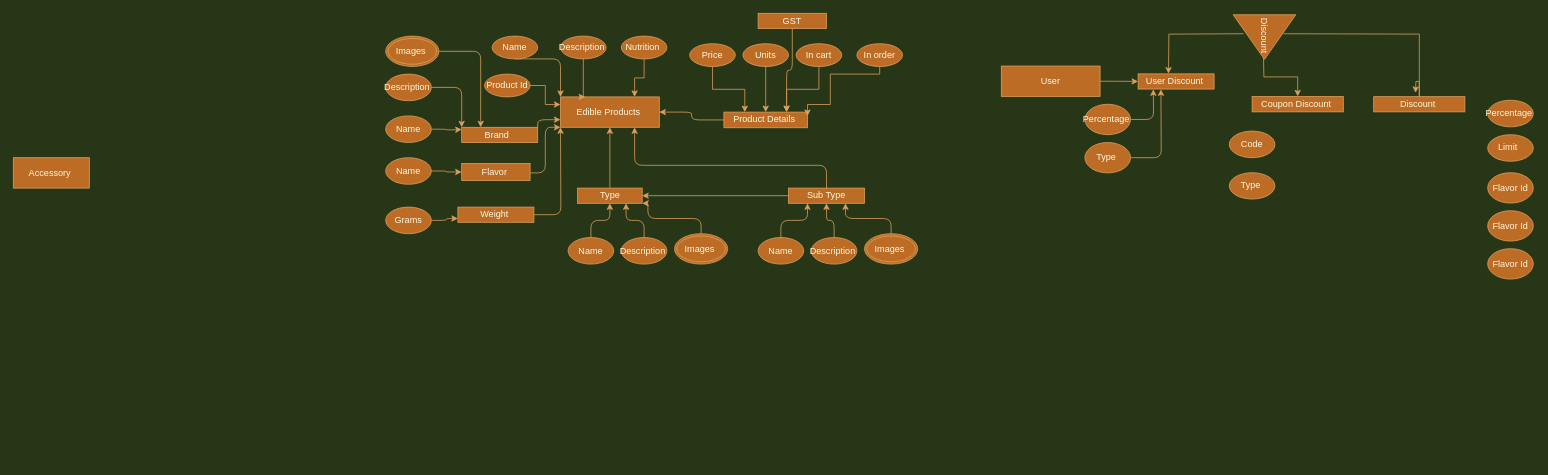
Above: Backend.drawio in JamesHellerAnish/Blog (draw.io), before the change. Source tidied: cells renumbered, new cells numbered last; positions are measured from the earlier drawing's top-left corner, leaving out a move shared by most shapes. Both pictures are drawn from the tidied source at 76%, with x=0, y=0 at pixel (13, 5).
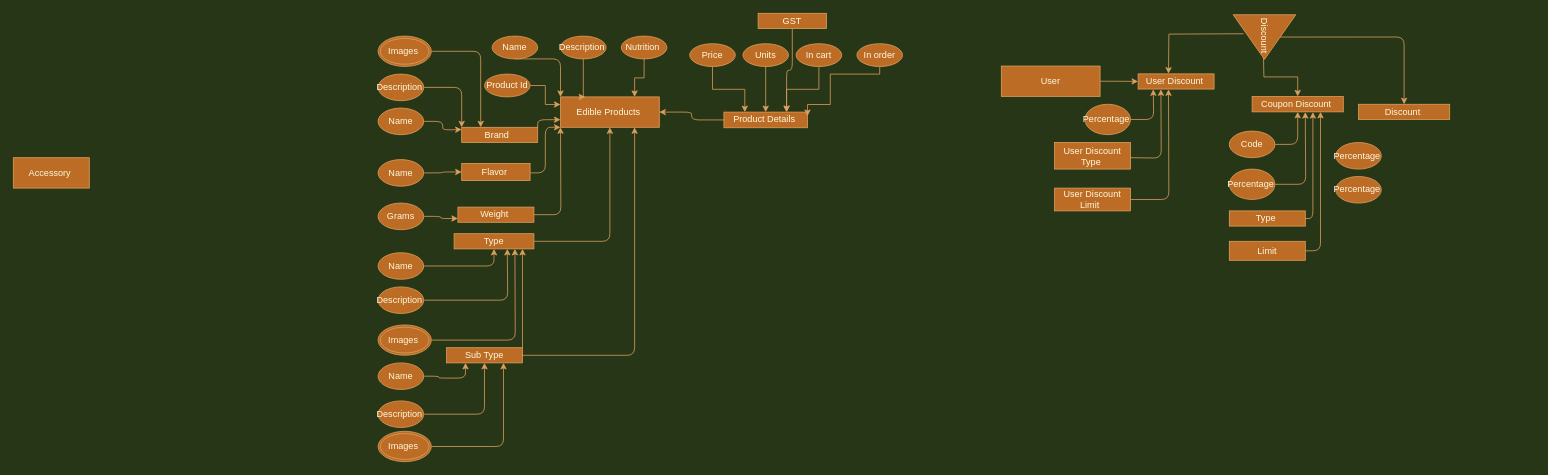
The same diagram, later.

Unchanged cells that the change refers to:
```xml
<mxCell id="2" value="Edible Products&amp;nbsp;" style="rounded=0;whiteSpace=wrap;html=1;fillColor=#BC6C25;strokeColor=#DDA15E;fontColor=#FEFAE0;" parent="1" vertex="1">
  <mxGeometry x="720" y="120" width="130" height="40" as="geometry" />
</mxCell>
<mxCell id="17" value="Coupon Discount&amp;nbsp;" style="whiteSpace=wrap;html=1;fillColor=#BC6C25;strokeColor=#DDA15E;fontColor=#FEFAE0;" parent="1" vertex="1">
  <mxGeometry x="1630" y="119.4" width="120" height="20.3" as="geometry" />
</mxCell>
<mxCell id="18" value="Discount&amp;nbsp;" style="triangle;whiteSpace=wrap;html=1;fontColor=#FEFAE0;rotation=90;fillColor=#BC6C25;strokeColor=#DDA15E;" parent="1" vertex="1">
  <mxGeometry x="1616.9" width="58.8" height="82.5" as="geometry" />
</mxCell>
<mxCell id="76" value="Code" style="ellipse;whiteSpace=wrap;html=1;rotation=0;fillColor=#BC6C25;strokeColor=#DDA15E;fontColor=#FEFAE0;" parent="1" vertex="1">
  <mxGeometry x="1600" y="165" width="60" height="35" as="geometry" />
</mxCell>
```

Change to the diagram source:
```diff
@@
-    <mxCell id="15" style="edgeStyle=orthogonalEdgeStyle;rounded=0;jettySize=auto;html=1;labelBackgroundColor=#283618;strokeColor=#DDA15E;fontColor=#FEFAE0;startArrow=none;" parent="1" edge="1" source="68">
-      <mxGeometry relative="1" as="geometry">
-        <mxPoint x="1845" y="114.7" as="targetPoint" />
-      </mxGeometry>
-    </mxCell>
@@
+    <mxCell id="78" style="edgeStyle=orthogonalEdgeStyle;curved=0;rounded=1;sketch=0;jettySize=auto;html=1;entryX=0.5;entryY=0;entryDx=0;entryDy=0;fontColor=#FEFAE0;endArrow=classic;endFill=1;strokeColor=#DDA15E;fillColor=#BC6C25;" parent="1" edge="1" source="18" target="68">
+      <mxGeometry relative="1" as="geometry" />
+    </mxCell>
@@
     <mxCell id="29" value="Type" style="whiteSpace=wrap;html=1;fillColor=#BC6C25;strokeColor=#DDA15E;fontColor=#FEFAE0;" parent="1" vertex="1">
-      <mxGeometry x="742.5" y="240" width="85" height="20" as="geometry" />
+      <mxGeometry x="580" y="300" width="105" height="20" as="geometry" />
     </mxCell>
-    <mxCell id="30" style="edgeStyle=orthogonalEdgeStyle;curved=0;rounded=1;sketch=0;jettySize=auto;html=1;fontColor=#FEFAE0;strokeColor=#DDA15E;fillColor=#BC6C25;entryX=1;entryY=0.5;entryDx=0;entryDy=0;" parent="1" edge="1" source="32" target="29">
-      <mxGeometry relative="1" as="geometry" />
-    </mxCell>
     <mxCell id="31" style="edgeStyle=orthogonalEdgeStyle;curved=0;rounded=1;sketch=0;jettySize=auto;html=1;entryX=0.75;entryY=1;entryDx=0;entryDy=0;fontColor=#FEFAE0;strokeColor=#DDA15E;fillColor=#BC6C25;" parent="1" edge="1" source="32" target="2">
       <mxGeometry relative="1" as="geometry">
         <Array as="points">
-          <mxPoint x="1070" y="210" />
-          <mxPoint x="818" y="210" />
+          <mxPoint x="818" y="460" />
         </Array>
       </mxGeometry>
     </mxCell>
+    <mxCell id="79" style="edgeStyle=orthogonalEdgeStyle;curved=0;rounded=1;sketch=0;jettySize=auto;html=1;fontColor=#FEFAE0;endArrow=classic;endFill=1;strokeColor=#DDA15E;fillColor=#BC6C25;" parent="1" edge="1" source="32">
+      <mxGeometry relative="1" as="geometry">
+        <mxPoint x="670" y="320" as="targetPoint" />
+        <Array as="points">
+          <mxPoint x="670" y="410" />
+          <mxPoint x="670" y="410" />
+        </Array>
+      </mxGeometry>
+    </mxCell>
     <mxCell id="32" value="Sub Type" style="whiteSpace=wrap;html=1;fillColor=#BC6C25;strokeColor=#DDA15E;fontColor=#FEFAE0;" parent="1" vertex="1">
-      <mxGeometry x="1020" y="240" width="100" height="20" as="geometry" />
+      <mxGeometry x="570" y="450" width="100" height="20" as="geometry" />
     </mxCell>
@@
     <mxCell id="40" value="Grams" style="ellipse;whiteSpace=wrap;html=1;rotation=0;fillColor=#BC6C25;strokeColor=#DDA15E;fontColor=#FEFAE0;" parent="1" vertex="1">
-      <mxGeometry x="490" y="265" width="60" height="35" as="geometry" />
+      <mxGeometry x="480" y="259.7" width="60" height="35" as="geometry" />
     </mxCell>
@@
     <mxCell id="42" value="Name" style="ellipse;whiteSpace=wrap;html=1;rotation=0;fillColor=#BC6C25;strokeColor=#DDA15E;fontColor=#FEFAE0;" parent="1" vertex="1">
-      <mxGeometry x="490" y="200" width="60" height="35" as="geometry" />
+      <mxGeometry x="480" y="202.5" width="60" height="35" as="geometry" />
     </mxCell>
@@
     <mxCell id="44" value="Name" style="ellipse;whiteSpace=wrap;html=1;rotation=0;fillColor=#BC6C25;strokeColor=#DDA15E;fontColor=#FEFAE0;" parent="1" vertex="1">
-      <mxGeometry x="490" y="145" width="60" height="35" as="geometry" />
+      <mxGeometry x="480" y="134.7" width="60" height="35" as="geometry" />
     </mxCell>
@@
     <mxCell id="46" value="Description&amp;nbsp;" style="ellipse;whiteSpace=wrap;html=1;rotation=0;fillColor=#BC6C25;strokeColor=#DDA15E;fontColor=#FEFAE0;" parent="1" vertex="1">
-      <mxGeometry x="490" y="90" width="60" height="35" as="geometry" />
+      <mxGeometry x="480" y="90" width="60" height="35" as="geometry" />
     </mxCell>
@@
     <mxCell id="48" value="Images&amp;nbsp;" style="ellipse;shape=doubleEllipse;margin=3;whiteSpace=wrap;html=1;align=center;rounded=0;sketch=0;fontColor=#FEFAE0;strokeColor=#DDA15E;fillColor=#BC6C25;" parent="1" vertex="1">
-      <mxGeometry x="490" y="40" width="70" height="40" as="geometry" />
+      <mxGeometry x="480" y="40" width="70" height="40" as="geometry" />
     </mxCell>
-    <mxCell id="49" style="edgeStyle=orthogonalEdgeStyle;curved=0;rounded=1;sketch=0;jettySize=auto;html=1;entryX=1;entryY=1;entryDx=0;entryDy=0;fontColor=#FEFAE0;strokeColor=#DDA15E;fillColor=#BC6C25;" parent="1" edge="1" source="50" target="29">
-      <mxGeometry relative="1" as="geometry">
-        <Array as="points">
-          <mxPoint x="905" y="280" />
-          <mxPoint x="835" y="280" />
-        </Array>
-      </mxGeometry>
-    </mxCell>
+    <mxCell id="80" style="edgeStyle=orthogonalEdgeStyle;curved=0;rounded=1;sketch=0;jettySize=auto;html=1;fontColor=#FEFAE0;endArrow=classic;endFill=1;strokeColor=#DDA15E;fillColor=#BC6C25;" parent="1" edge="1" source="50">
+      <mxGeometry relative="1" as="geometry">
+        <mxPoint x="660" y="320" as="targetPoint" />
+      </mxGeometry>
+    </mxCell>
     <mxCell id="50" value="Images&amp;nbsp;" style="ellipse;shape=doubleEllipse;margin=3;whiteSpace=wrap;html=1;align=center;rounded=0;sketch=0;fontColor=#FEFAE0;strokeColor=#DDA15E;fillColor=#BC6C25;" parent="1" vertex="1">
-      <mxGeometry x="870" y="300" width="70" height="40" as="geometry" />
+      <mxGeometry x="480" y="420" width="70" height="40" as="geometry" />
     </mxCell>
-    <mxCell id="51" style="edgeStyle=orthogonalEdgeStyle;curved=0;rounded=1;sketch=0;jettySize=auto;html=1;entryX=0.75;entryY=1;entryDx=0;entryDy=0;fontColor=#FEFAE0;strokeColor=#DDA15E;fillColor=#BC6C25;" parent="1" edge="1" source="52" target="29">
-      <mxGeometry relative="1" as="geometry" />
+    <mxCell id="51" style="edgeStyle=orthogonalEdgeStyle;curved=0;rounded=1;sketch=0;jettySize=auto;html=1;fontColor=#FEFAE0;strokeColor=#DDA15E;fillColor=#BC6C25;" parent="1" edge="1" source="52">
+      <mxGeometry relative="1" as="geometry">
+        <mxPoint x="650" y="320" as="targetPoint" />
+      </mxGeometry>
     </mxCell>
     <mxCell id="52" value="Description&amp;nbsp;" style="ellipse;whiteSpace=wrap;html=1;rotation=0;fillColor=#BC6C25;strokeColor=#DDA15E;fontColor=#FEFAE0;" parent="1" vertex="1">
-      <mxGeometry x="800" y="305" width="60" height="35" as="geometry" />
+      <mxGeometry x="480" y="370" width="60" height="35" as="geometry" />
     </mxCell>
@@
     <mxCell id="54" value="Name" style="ellipse;whiteSpace=wrap;html=1;rotation=0;fillColor=#BC6C25;strokeColor=#DDA15E;fontColor=#FEFAE0;" parent="1" vertex="1">
-      <mxGeometry x="730" y="305" width="60" height="35" as="geometry" />
+      <mxGeometry x="480" y="325" width="60" height="35" as="geometry" />
     </mxCell>
@@
     <mxCell id="56" value="Images&amp;nbsp;" style="ellipse;shape=doubleEllipse;margin=3;whiteSpace=wrap;html=1;align=center;rounded=0;sketch=0;fontColor=#FEFAE0;strokeColor=#DDA15E;fillColor=#BC6C25;" parent="1" vertex="1">
-      <mxGeometry x="1120" y="300" width="70" height="40" as="geometry" />
+      <mxGeometry x="480" y="560" width="70" height="40" as="geometry" />
     </mxCell>
@@
     <mxCell id="58" value="Description&amp;nbsp;" style="ellipse;whiteSpace=wrap;html=1;rotation=0;fillColor=#BC6C25;strokeColor=#DDA15E;fontColor=#FEFAE0;" parent="1" vertex="1">
-      <mxGeometry x="1050" y="305" width="60" height="35" as="geometry" />
+      <mxGeometry x="480" y="520" width="60" height="35" as="geometry" />
     </mxCell>
@@
     <mxCell id="60" value="Name" style="ellipse;whiteSpace=wrap;html=1;rotation=0;fillColor=#BC6C25;strokeColor=#DDA15E;fontColor=#FEFAE0;" parent="1" vertex="1">
-      <mxGeometry x="980" y="305" width="60" height="35" as="geometry" />
+      <mxGeometry x="480" y="470" width="60" height="35" as="geometry" />
     </mxCell>
     <mxCell id="61" value="Percentage&amp;nbsp;" style="ellipse;whiteSpace=wrap;html=1;rotation=0;fillColor=#BC6C25;strokeColor=#DDA15E;fontColor=#FEFAE0;" parent="1" vertex="1">
-      <mxGeometry x="1940" y="124.4" width="60" height="35" as="geometry" />
+      <mxGeometry x="1740" y="180" width="60" height="35" as="geometry" />
     </mxCell>
-    <mxCell id="62" value="Limit &amp;nbsp;" style="ellipse;whiteSpace=wrap;html=1;rotation=0;fillColor=#BC6C25;strokeColor=#DDA15E;fontColor=#FEFAE0;" parent="1" vertex="1">
-      <mxGeometry x="1940" y="169.7" width="60" height="35" as="geometry" />
-    </mxCell>
-    <mxCell id="63" value="Flavor Id" style="ellipse;whiteSpace=wrap;html=1;rotation=0;fillColor=#BC6C25;strokeColor=#DDA15E;fontColor=#FEFAE0;" parent="1" vertex="1">
-      <mxGeometry x="1940" y="219.7" width="60" height="40" as="geometry" />
-    </mxCell>
-    <mxCell id="64" value="Flavor Id" style="ellipse;whiteSpace=wrap;html=1;rotation=0;fillColor=#BC6C25;strokeColor=#DDA15E;fontColor=#FEFAE0;" parent="1" vertex="1">
-      <mxGeometry x="1940" y="269.7" width="60" height="40" as="geometry" />
-    </mxCell>
-    <mxCell id="65" value="Flavor Id" style="ellipse;whiteSpace=wrap;html=1;rotation=0;fillColor=#BC6C25;strokeColor=#DDA15E;fontColor=#FEFAE0;" parent="1" vertex="1">
-      <mxGeometry x="1940" y="319.7" width="60" height="40" as="geometry" />
-    </mxCell>
@@
     <mxCell id="68" value="Discount&amp;nbsp;" style="whiteSpace=wrap;html=1;fillColor=#BC6C25;strokeColor=#DDA15E;fontColor=#FEFAE0;" parent="1" vertex="1">
-      <mxGeometry x="1790" y="119.7" width="120" height="20" as="geometry" />
+      <mxGeometry x="1770" y="129.7" width="120" height="20" as="geometry" />
     </mxCell>
-    <mxCell id="69" style="edgeStyle=orthogonalEdgeStyle;rounded=0;jettySize=auto;html=1;labelBackgroundColor=#283618;strokeColor=#DDA15E;fontColor=#FEFAE0;endArrow=none;" parent="1" edge="1" target="68">
-      <mxGeometry relative="1" as="geometry">
-        <mxPoint x="1671.2" y="36.9" as="sourcePoint" />
-      </mxGeometry>
-    </mxCell>
@@
-    <mxCell id="72" style="edgeStyle=orthogonalEdgeStyle;curved=0;rounded=1;sketch=0;jettySize=auto;html=1;fontColor=#FEFAE0;strokeColor=#DDA15E;fillColor=#BC6C25;" parent="1" edge="1" source="73">
+    <mxCell id="72" style="edgeStyle=orthogonalEdgeStyle;curved=0;rounded=1;sketch=0;orthogonalLoop=1;jettySize=auto;html=1;fontColor=#FEFAE0;strokeColor=#DDA15E;fillColor=#BC6C25;" parent="1" edge="1">
       <mxGeometry relative="1" as="geometry">
+        <mxPoint x="1470" y="200" as="sourcePoint" />
         <mxPoint x="1510" y="110" as="targetPoint" />
       </mxGeometry>
     </mxCell>
-    <mxCell id="73" value="Type&amp;nbsp;" style="ellipse;whiteSpace=wrap;html=1;rotation=0;fillColor=#BC6C25;strokeColor=#DDA15E;fontColor=#FEFAE0;" parent="1" vertex="1">
-      <mxGeometry x="1410" y="180" width="60" height="40" as="geometry" />
-    </mxCell>
@@
+    <mxCell id="81" style="edgeStyle=orthogonalEdgeStyle;curved=0;rounded=1;sketch=0;jettySize=auto;html=1;entryX=0.5;entryY=1;entryDx=0;entryDy=0;fontColor=#FEFAE0;endArrow=classic;endFill=1;strokeColor=#DDA15E;fillColor=#BC6C25;" parent="1" edge="1" source="76" target="17">
+      <mxGeometry relative="1" as="geometry">
+        <Array as="points">
+          <mxPoint x="1690" y="183" />
+        </Array>
+      </mxGeometry>
+    </mxCell>
@@
-    <mxCell id="77" value="Type&amp;nbsp;" style="ellipse;whiteSpace=wrap;html=1;rotation=0;fillColor=#BC6C25;strokeColor=#DDA15E;fontColor=#FEFAE0;" parent="1" vertex="1">
-      <mxGeometry x="1600" y="219.7" width="60" height="34.7" as="geometry" />
-    </mxCell>
+    <mxCell id="82" style="edgeStyle=orthogonalEdgeStyle;curved=0;rounded=1;sketch=0;jettySize=auto;html=1;fontColor=#FEFAE0;endArrow=classic;endFill=1;strokeColor=#DDA15E;fillColor=#BC6C25;" parent="1" edge="1" source="83">
+      <mxGeometry relative="1" as="geometry">
+        <mxPoint x="1700" y="140" as="targetPoint" />
+      </mxGeometry>
+    </mxCell>
+    <mxCell id="83" value="Percentage&amp;nbsp;" style="ellipse;whiteSpace=wrap;html=1;rotation=0;fillColor=#BC6C25;strokeColor=#DDA15E;fontColor=#FEFAE0;" parent="1" vertex="1">
+      <mxGeometry x="1600" y="215" width="60" height="40" as="geometry" />
+    </mxCell>
+    <mxCell id="84" value="Percentage&amp;nbsp;" style="ellipse;whiteSpace=wrap;html=1;rotation=0;fillColor=#BC6C25;strokeColor=#DDA15E;fontColor=#FEFAE0;" parent="1" vertex="1">
+      <mxGeometry x="1740" y="224.7" width="60" height="35" as="geometry" />
+    </mxCell>
+    <mxCell id="85" value="User Discount Type&amp;nbsp;" style="whiteSpace=wrap;html=1;align=center;rounded=0;sketch=0;fontColor=#FEFAE0;strokeColor=#DDA15E;fillColor=#BC6C25;" parent="1" vertex="1">
+      <mxGeometry x="1370" y="180" width="100" height="35" as="geometry" />
+    </mxCell>
+    <mxCell id="86" style="edgeStyle=orthogonalEdgeStyle;curved=0;rounded=1;sketch=0;jettySize=auto;html=1;fontColor=#FEFAE0;endArrow=classic;endFill=1;strokeColor=#DDA15E;fillColor=#BC6C25;" parent="1" edge="1" source="87">
+      <mxGeometry relative="1" as="geometry">
+        <mxPoint x="1520" y="110" as="targetPoint" />
+      </mxGeometry>
+    </mxCell>
+    <mxCell id="87" value="User Discount Limit &amp;nbsp;" style="whiteSpace=wrap;html=1;align=center;rounded=0;sketch=0;fontColor=#FEFAE0;strokeColor=#DDA15E;fillColor=#BC6C25;" parent="1" vertex="1">
+      <mxGeometry x="1370" y="240" width="100" height="30" as="geometry" />
+    </mxCell>
+    <mxCell id="88" style="edgeStyle=orthogonalEdgeStyle;curved=0;rounded=1;sketch=0;jettySize=auto;html=1;fontColor=#FEFAE0;endArrow=classic;endFill=1;strokeColor=#DDA15E;fillColor=#BC6C25;" parent="1" edge="1" source="89">
+      <mxGeometry relative="1" as="geometry">
+        <mxPoint x="1710" y="140" as="targetPoint" />
+        <Array as="points">
+          <mxPoint x="1710" y="280" />
+        </Array>
+      </mxGeometry>
+    </mxCell>
+    <mxCell id="89" value="Type&amp;nbsp;" style="whiteSpace=wrap;html=1;align=center;rounded=0;sketch=0;fontColor=#FEFAE0;strokeColor=#DDA15E;fillColor=#BC6C25;" parent="1" vertex="1">
+      <mxGeometry x="1600" y="270" width="100" height="20" as="geometry" />
+    </mxCell>
+    <mxCell id="90" style="edgeStyle=orthogonalEdgeStyle;curved=0;rounded=1;sketch=0;jettySize=auto;html=1;fontColor=#FEFAE0;endArrow=classic;endFill=1;strokeColor=#DDA15E;fillColor=#BC6C25;entryX=0.75;entryY=1;entryDx=0;entryDy=0;" parent="1" edge="1" source="62" target="17">
+      <mxGeometry relative="1" as="geometry">
+        <Array as="points">
+          <mxPoint x="1720" y="323" />
+        </Array>
+      </mxGeometry>
+    </mxCell>
+    <mxCell id="62" value="Limit" style="whiteSpace=wrap;html=1;align=center;rounded=0;sketch=0;fontColor=#FEFAE0;strokeColor=#DDA15E;fillColor=#BC6C25;" parent="1" vertex="1">
+      <mxGeometry x="1600" y="310" width="100" height="25" as="geometry" />
+    </mxCell>
```
